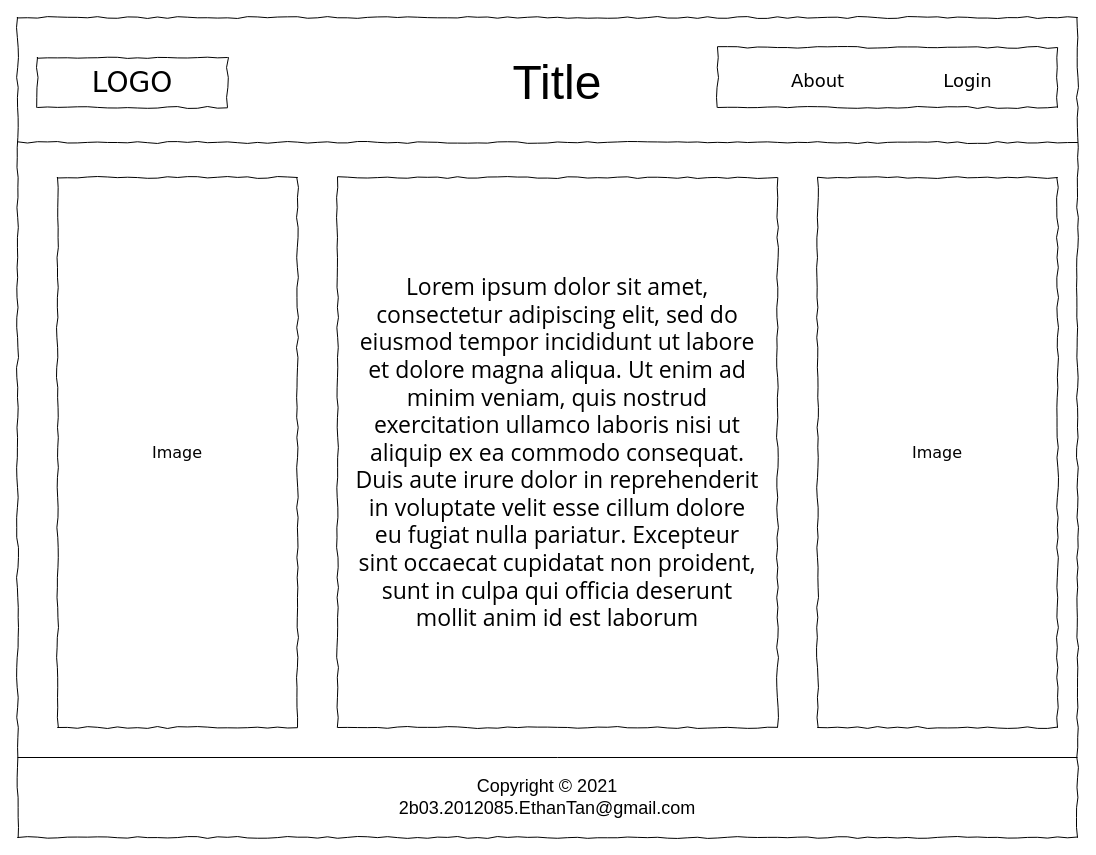
The draw.io diagram page "About Page" (3 of 5) of doc/wireframe-for-site.drawio in ethanolx/SG-Resale-Housing-py, before the edit. Source tidied: cells renumbered, new cells numbered last; positions are measured from the earlier drawing's top-left corner, leaving out a move shared by most shapes. Both pictures are drawn from the tidied source at 100%, with x=0, y=0 at pixel (17, 17).
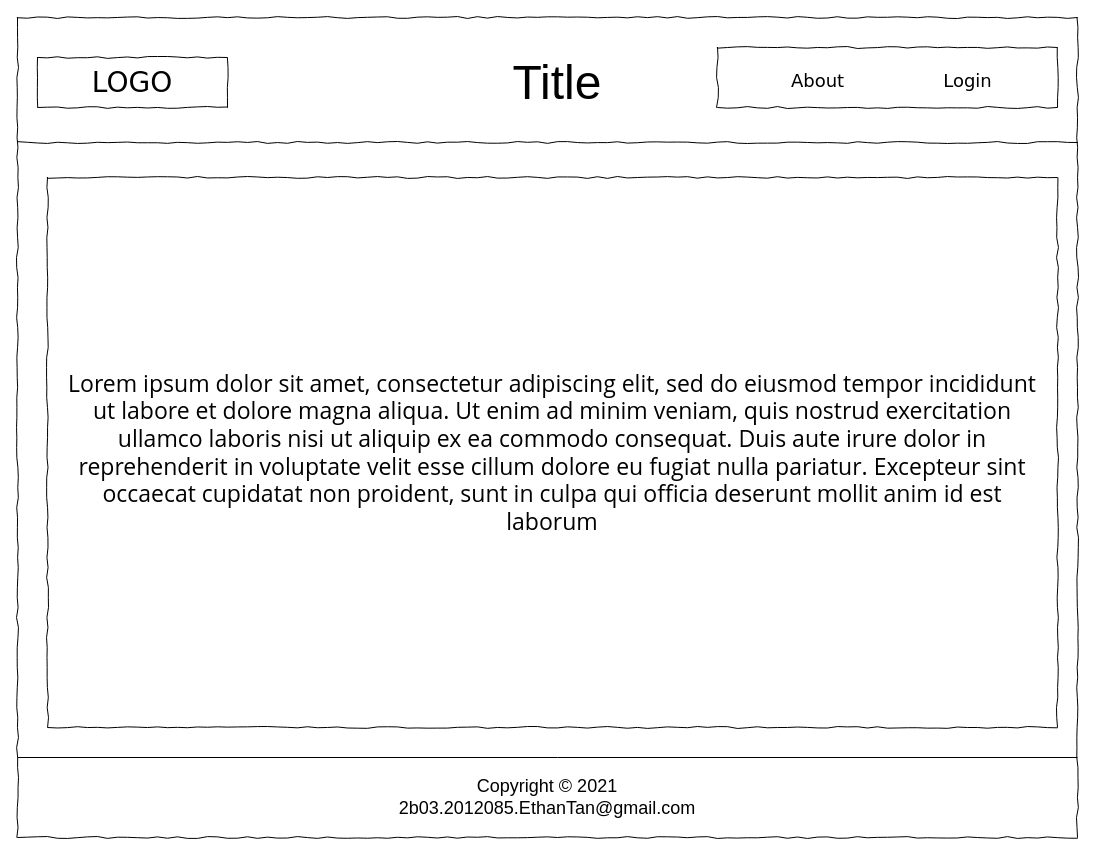
After the change.

The edit, as a diff of the source:
```diff
@@
 <mxGraphModel>
   <root>
     <mxCell id="0" />
     <mxCell id="1" parent="0" />
     <mxCell id="2" style="whiteSpace=wrap;html=1;rounded=0;shadow=0;labelBackgroundColor=none;strokeColor=#000000;strokeWidth=1;fillColor=none;fontFamily=Verdana;fontSize=12;fontColor=#000000;align=center;comic=1;" parent="1" vertex="1">
       <mxGeometry width="1060" height="820" as="geometry" />
     </mxCell>
     <mxCell id="3" value="LOGO" style="whiteSpace=wrap;html=1;rounded=0;shadow=0;labelBackgroundColor=none;strokeWidth=1;fontFamily=Verdana;fontSize=28;align=center;comic=1;" parent="1" vertex="1">
       <mxGeometry x="20" y="40" width="190" height="50" as="geometry" />
     </mxCell>
-    <mxCell id="4" value="&lt;font style=&quot;font-size: 16px&quot;&gt;Image&lt;/font&gt;" style="whiteSpace=wrap;html=1;rounded=0;shadow=0;labelBackgroundColor=none;strokeWidth=1;fillColor=none;fontFamily=Verdana;fontSize=12;align=center;comic=1;" parent="1" vertex="1">
-      <mxGeometry x="40" y="160" width="240" height="550" as="geometry" />
-    </mxCell>
     <mxCell id="5" style="line;strokeWidth=1;html=1;rounded=0;shadow=0;labelBackgroundColor=none;fillColor=none;fontFamily=Verdana;fontSize=14;fontColor=#000000;align=center;comic=1;" parent="1" vertex="1">
       <mxGeometry y="120" width="1060" height="10" as="geometry" />
     </mxCell>
     <mxCell id="6" style="whiteSpace=wrap;html=1;rounded=0;shadow=0;labelBackgroundColor=none;strokeWidth=1;fillColor=none;fontFamily=Verdana;fontSize=12;align=center;comic=1;" parent="1" vertex="1">
       <mxGeometry x="700" y="30" width="340" height="60" as="geometry" />
     </mxCell>
     <mxCell id="7" value="About" style="text;html=1;align=center;verticalAlign=top;spacingTop=-4;fontSize=18;fontFamily=Verdana;" parent="1" vertex="1">
       <mxGeometry x="770" y="50" width="60" height="30" as="geometry" />
     </mxCell>
     <mxCell id="8" value="&lt;span style=&quot;font-family: &amp;#34;open sans&amp;#34; , &amp;#34;arial&amp;#34; , sans-serif ; text-align: justify&quot;&gt;&lt;font style=&quot;font-size: 23px&quot;&gt;Lorem ipsum dolor sit amet, consectetur adipiscing elit, sed do eiusmod tempor incididunt ut labore et dolore magna aliqua. Ut enim ad minim veniam, quis nostrud exercitation ullamco laboris nisi ut aliquip ex ea commodo consequat. Duis aute irure dolor in reprehenderit in voluptate velit esse cillum dolore eu fugiat nulla pariatur. Excepteur sint occaecat cupidatat non proident, sunt in culpa qui officia deserunt mollit anim id est laborum&lt;/font&gt;&lt;/span&gt;" style="whiteSpace=wrap;html=1;rounded=0;shadow=0;labelBackgroundColor=none;strokeWidth=1;fillColor=none;fontFamily=Verdana;fontSize=12;align=center;comic=1;spacingLeft=16;spacingRight=16;" parent="1" vertex="1">
-      <mxGeometry x="320" y="160" width="440" height="550" as="geometry" />
+      <mxGeometry x="30" y="160" width="1010" height="550" as="geometry" />
     </mxCell>
     <mxCell id="9" value="Title" style="text;html=1;strokeColor=none;fillColor=none;align=center;verticalAlign=middle;whiteSpace=wrap;rounded=0;fontSize=48;" parent="1" vertex="1">
       <mxGeometry x="470" y="40" width="140" height="50" as="geometry" />
     </mxCell>
     <mxCell id="10" value="Login" style="text;html=1;align=center;verticalAlign=top;spacingTop=-4;fontSize=18;fontFamily=Verdana;" parent="1" vertex="1">
       <mxGeometry x="920" y="50" width="60" height="30" as="geometry" />
     </mxCell>
     <mxCell id="11" style="endArrow=none;html=1;rounded=0;fontSize=18;" parent="1" edge="1" target="2">
       <mxGeometry relative="1" as="geometry">
         <mxPoint y="740" as="sourcePoint" />
         <Array as="points">
           <mxPoint x="540" y="740" />
           <mxPoint x="1060" y="740" />
         </Array>
       </mxGeometry>
     </mxCell>
     <mxCell id="12" value="&lt;font style=&quot;font-size: 18px&quot;&gt;Copyright&amp;nbsp;&lt;span style=&quot;font-family: &amp;#34;google sans&amp;#34; , &amp;#34;arial&amp;#34; , sans-serif ; text-align: left&quot;&gt;© 2021 2b03.2012085.EthanTan@gmail.com&lt;/span&gt;&lt;/font&gt;" style="text;html=1;strokeColor=none;fillColor=none;align=center;verticalAlign=middle;whiteSpace=wrap;rounded=0;fontSize=18;" parent="1" vertex="1">
       <mxGeometry x="380" y="750" width="300" height="60" as="geometry" />
     </mxCell>
-    <mxCell id="13" value="&lt;font style=&quot;font-size: 16px&quot;&gt;Image&lt;/font&gt;" style="whiteSpace=wrap;html=1;rounded=0;shadow=0;labelBackgroundColor=none;strokeWidth=1;fillColor=none;fontFamily=Verdana;fontSize=12;align=center;comic=1;" parent="1" vertex="1">
-      <mxGeometry x="800" y="160" width="240" height="550" as="geometry" />
-    </mxCell>
     <mxCell id="14" style="edgeStyle=orthogonalEdgeStyle;rounded=0;orthogonalLoop=1;jettySize=auto;html=1;exitX=0.5;exitY=1;exitDx=0;exitDy=0;fontSize=16;fontColor=#8A8A8A;" parent="1" edge="1">
       <mxGeometry relative="1" as="geometry">
         <mxPoint x="615" y="290" as="sourcePoint" />
         <mxPoint x="615" y="290" as="targetPoint" />
       </mxGeometry>
     </mxCell>
   </root>
 </mxGraphModel>
```
